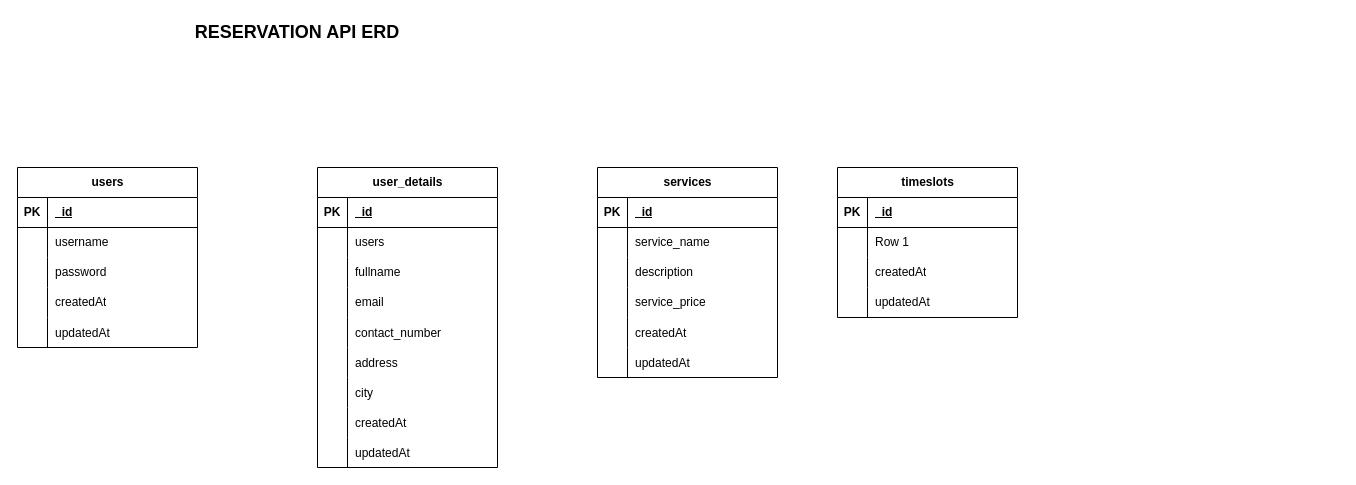
Earlier version of the draw.io diagram Reservation-API-ERD.drawio (Jay200123/Reservation-API). Source tidied: cells renumbered, new cells numbered last; positions are measured from the earlier drawing's top-left corner, leaving out a move shared by most shapes. Both pictures are drawn from the tidied source at 100%, with x=0, y=0 at pixel (17, 17).
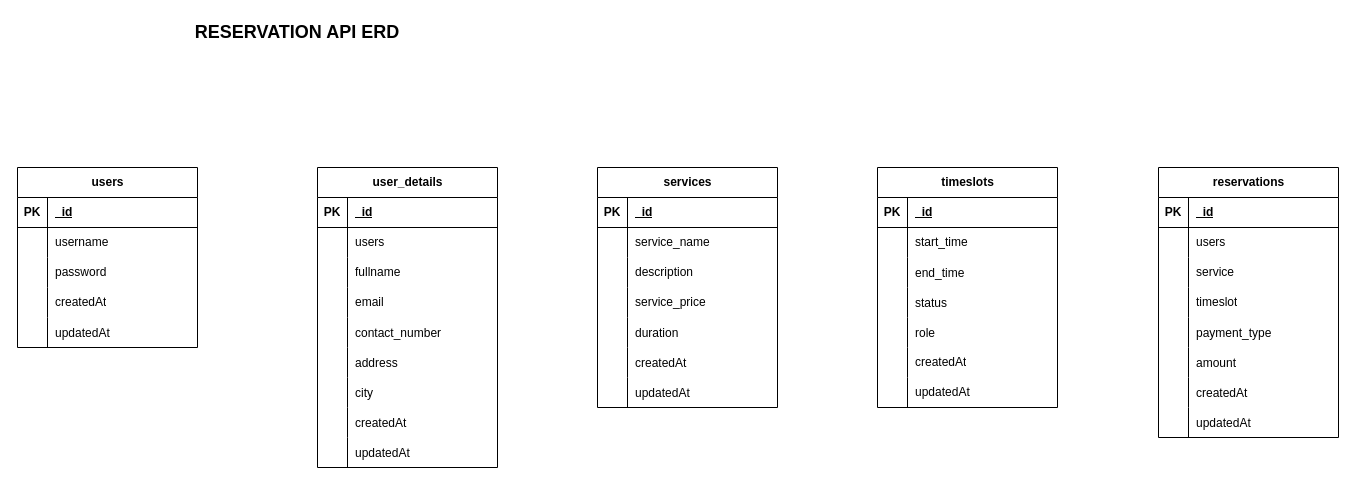
Above is the later version.

Commit message:
Changed Reservation API ERD.

The change refers to these unchanged cells:
```xml
<mxCell id="70" style="shape=tableRow;horizontal=0;startSize=0;swimlaneHead=0;swimlaneBody=0;fillColor=none;top=0;left=0;right=0;bottom=0;" parent="66" vertex="1">
  <mxGeometry y="60" width="180" height="30" as="geometry" />
</mxCell>
```

Change to the diagram source:
```diff
@@
     <mxCell id="47" value="services" style="shape=table;startSize=30;childLayout=tableLayout;rowLines=0;fontStyle=1;align=center;html=1;" parent="1" vertex="1">
-      <mxGeometry x="580" y="150" width="180" height="210" as="geometry" />
+      <mxGeometry x="580" y="150" width="180" height="240" as="geometry" />
     </mxCell>
@@
+    <mxCell id="79" style="shape=tableRow;horizontal=0;startSize=0;swimlaneHead=0;swimlaneBody=0;fillColor=none;top=0;left=0;right=0;bottom=0;" parent="47" vertex="1">
+      <mxGeometry y="150" width="180" height="30" as="geometry" />
+    </mxCell>
+    <mxCell id="80" style="shape=partialRectangle;fillColor=none;top=0;left=0;bottom=0;right=0;overflow=hidden;" parent="79" vertex="1">
+      <mxGeometry width="30" height="30" as="geometry" />
+    </mxCell>
+    <mxCell id="81" value="duration" style="shape=partialRectangle;fillColor=none;top=0;left=0;bottom=0;right=0;align=left;spacingLeft=6;overflow=hidden;" parent="79" vertex="1">
+      <mxGeometry x="30" width="150" height="30" as="geometry" />
+    </mxCell>
     <mxCell id="60" style="shape=tableRow;horizontal=0;startSize=0;swimlaneHead=0;swimlaneBody=0;fillColor=none;top=0;left=0;right=0;bottom=0;" parent="47" vertex="1">
-      <mxGeometry y="150" width="180" height="30" as="geometry" />
+      <mxGeometry y="180" width="180" height="30" as="geometry" />
     </mxCell>
@@
     <mxCell id="63" style="shape=tableRow;horizontal=0;startSize=0;swimlaneHead=0;swimlaneBody=0;fillColor=none;top=0;left=0;right=0;bottom=0;" parent="47" vertex="1">
-      <mxGeometry y="180" width="180" height="30" as="geometry" />
+      <mxGeometry y="210" width="180" height="30" as="geometry" />
     </mxCell>
@@
     <mxCell id="66" value="timeslots" style="shape=table;startSize=30;childLayout=tableLayout;rowLines=0;fontStyle=1;align=center;html=1;" parent="1" vertex="1">
-      <mxGeometry x="820" y="150" width="180" height="150" as="geometry" />
+      <mxGeometry x="860" y="150" width="180" height="240" as="geometry" />
     </mxCell>
@@
-    <mxCell id="72" value="Row 1" style="shape=partialRectangle;fillColor=none;top=0;left=0;bottom=0;right=0;align=left;spacingLeft=6;overflow=hidden;whiteSpace=wrap;html=1;" parent="70" vertex="1">
+    <mxCell id="72" value="start_time" style="shape=partialRectangle;fillColor=none;top=0;left=0;bottom=0;right=0;align=left;spacingLeft=6;overflow=hidden;whiteSpace=wrap;html=1;" parent="70" vertex="1">
       <mxGeometry x="30" width="150" height="30" as="geometry" />
     </mxCell>
+    <mxCell id="82" style="shape=tableRow;horizontal=0;startSize=0;swimlaneHead=0;swimlaneBody=0;fillColor=none;top=0;left=0;right=0;bottom=0;" parent="66" vertex="1">
+      <mxGeometry y="90" width="180" height="30" as="geometry" />
+    </mxCell>
+    <mxCell id="83" style="shape=partialRectangle;fillColor=none;top=0;left=0;bottom=0;right=0;overflow=hidden;" parent="82" vertex="1">
+      <mxGeometry width="30" height="30" as="geometry" />
+    </mxCell>
+    <mxCell id="84" value="end_time" style="shape=partialRectangle;fillColor=none;top=0;left=0;bottom=0;right=0;align=left;spacingLeft=6;overflow=hidden;" parent="82" vertex="1">
+      <mxGeometry x="30" width="150" height="30" as="geometry" />
+    </mxCell>
+    <mxCell id="85" style="shape=tableRow;horizontal=0;startSize=0;swimlaneHead=0;swimlaneBody=0;fillColor=none;top=0;left=0;right=0;bottom=0;" parent="66" vertex="1">
+      <mxGeometry y="120" width="180" height="30" as="geometry" />
+    </mxCell>
+    <mxCell id="86" style="shape=partialRectangle;fillColor=none;top=0;left=0;bottom=0;right=0;overflow=hidden;" parent="85" vertex="1">
+      <mxGeometry width="30" height="30" as="geometry" />
+    </mxCell>
+    <mxCell id="87" value="status" style="shape=partialRectangle;fillColor=none;top=0;left=0;bottom=0;right=0;align=left;spacingLeft=6;overflow=hidden;" parent="85" vertex="1">
+      <mxGeometry x="30" width="150" height="30" as="geometry" />
+    </mxCell>
+    <mxCell id="88" style="shape=tableRow;horizontal=0;startSize=0;swimlaneHead=0;swimlaneBody=0;fillColor=none;top=0;left=0;right=0;bottom=0;" parent="66" vertex="1">
+      <mxGeometry y="150" width="180" height="30" as="geometry" />
+    </mxCell>
+    <mxCell id="89" style="shape=partialRectangle;fillColor=none;top=0;left=0;bottom=0;right=0;overflow=hidden;" parent="88" vertex="1">
+      <mxGeometry width="30" height="30" as="geometry" />
+    </mxCell>
+    <mxCell id="90" value="role" style="shape=partialRectangle;fillColor=none;top=0;left=0;bottom=0;right=0;align=left;spacingLeft=6;overflow=hidden;" parent="88" vertex="1">
+      <mxGeometry x="30" width="150" height="30" as="geometry" />
+    </mxCell>
     <mxCell id="73" style="shape=tableRow;horizontal=0;startSize=0;swimlaneHead=0;swimlaneBody=0;fillColor=none;top=0;left=0;right=0;bottom=0;" parent="66" vertex="1">
-      <mxGeometry y="90" width="180" height="30" as="geometry" />
+      <mxGeometry y="180" width="180" height="30" as="geometry" />
     </mxCell>
@@
     <mxCell id="76" style="shape=tableRow;horizontal=0;startSize=0;swimlaneHead=0;swimlaneBody=0;fillColor=none;top=0;left=0;right=0;bottom=0;" parent="66" vertex="1">
-      <mxGeometry y="120" width="180" height="30" as="geometry" />
+      <mxGeometry y="210" width="180" height="30" as="geometry" />
     </mxCell>
@@
+    <mxCell id="91" value="reservations" style="shape=table;startSize=30;childLayout=tableLayout;rowLines=0;fontStyle=1;align=center;html=1;" parent="1" vertex="1">
+      <mxGeometry x="1141" y="150" width="180" height="270" as="geometry" />
+    </mxCell>
+    <mxCell id="92" style="shape=tableRow;horizontal=0;startSize=0;swimlaneHead=0;swimlaneBody=0;fillColor=none;top=0;left=0;right=0;bottom=1;" parent="91" vertex="1">
+      <mxGeometry y="30" width="180" height="30" as="geometry" />
+    </mxCell>
+    <mxCell id="93" value="PK" style="shape=partialRectangle;fillColor=none;top=0;left=0;bottom=0;right=0;fontStyle=1;overflow=hidden;whiteSpace=wrap;html=1;" parent="92" vertex="1">
+      <mxGeometry width="30" height="30" as="geometry" />
+    </mxCell>
+    <mxCell id="94" value="_id" style="shape=partialRectangle;fillColor=none;top=0;left=0;bottom=0;right=0;align=left;spacingLeft=6;fontStyle=5;overflow=hidden;whiteSpace=wrap;html=1;" parent="92" vertex="1">
+      <mxGeometry x="30" width="150" height="30" as="geometry" />
+    </mxCell>
+    <mxCell id="95" style="shape=tableRow;horizontal=0;startSize=0;swimlaneHead=0;swimlaneBody=0;fillColor=none;top=0;left=0;right=0;bottom=0;" parent="91" vertex="1">
+      <mxGeometry y="60" width="180" height="30" as="geometry" />
+    </mxCell>
+    <mxCell id="96" style="shape=partialRectangle;fillColor=none;top=0;left=0;bottom=0;right=0;overflow=hidden;whiteSpace=wrap;html=1;" parent="95" vertex="1">
+      <mxGeometry width="30" height="30" as="geometry" />
+    </mxCell>
+    <mxCell id="97" value="users" style="shape=partialRectangle;fillColor=none;top=0;left=0;bottom=0;right=0;align=left;spacingLeft=6;overflow=hidden;whiteSpace=wrap;html=1;" parent="95" vertex="1">
+      <mxGeometry x="30" width="150" height="30" as="geometry" />
+    </mxCell>
+    <mxCell id="98" style="shape=tableRow;horizontal=0;startSize=0;swimlaneHead=0;swimlaneBody=0;fillColor=none;top=0;left=0;right=0;bottom=0;" parent="91" vertex="1">
+      <mxGeometry y="90" width="180" height="30" as="geometry" />
+    </mxCell>
+    <mxCell id="99" style="shape=partialRectangle;fillColor=none;top=0;left=0;bottom=0;right=0;overflow=hidden;whiteSpace=wrap;html=1;" parent="98" vertex="1">
+      <mxGeometry width="30" height="30" as="geometry" />
+    </mxCell>
+    <mxCell id="100" value="service" style="shape=partialRectangle;fillColor=none;top=0;left=0;bottom=0;right=0;align=left;spacingLeft=6;overflow=hidden;whiteSpace=wrap;html=1;" parent="98" vertex="1">
+      <mxGeometry x="30" width="150" height="30" as="geometry" />
+    </mxCell>
+    <mxCell id="101" style="shape=tableRow;horizontal=0;startSize=0;swimlaneHead=0;swimlaneBody=0;fillColor=none;top=0;left=0;right=0;bottom=0;" parent="91" vertex="1">
+      <mxGeometry y="120" width="180" height="30" as="geometry" />
+    </mxCell>
+    <mxCell id="102" style="shape=partialRectangle;fillColor=none;top=0;left=0;bottom=0;right=0;overflow=hidden;whiteSpace=wrap;html=1;" parent="101" vertex="1">
+      <mxGeometry width="30" height="30" as="geometry" />
+    </mxCell>
+    <mxCell id="103" value="timeslot" style="shape=partialRectangle;fillColor=none;top=0;left=0;bottom=0;right=0;align=left;spacingLeft=6;overflow=hidden;whiteSpace=wrap;html=1;" parent="101" vertex="1">
+      <mxGeometry x="30" width="150" height="30" as="geometry" />
+    </mxCell>
+    <mxCell id="104" style="shape=tableRow;horizontal=0;startSize=0;swimlaneHead=0;swimlaneBody=0;fillColor=none;top=0;left=0;right=0;bottom=0;" parent="91" vertex="1">
+      <mxGeometry y="150" width="180" height="30" as="geometry" />
+    </mxCell>
+    <mxCell id="105" style="shape=partialRectangle;fillColor=none;top=0;left=0;bottom=0;right=0;overflow=hidden;" parent="104" vertex="1">
+      <mxGeometry width="30" height="30" as="geometry" />
+    </mxCell>
+    <mxCell id="106" value="payment_type" style="shape=partialRectangle;fillColor=none;top=0;left=0;bottom=0;right=0;align=left;spacingLeft=6;overflow=hidden;" parent="104" vertex="1">
+      <mxGeometry x="30" width="150" height="30" as="geometry" />
+    </mxCell>
+    <mxCell id="107" style="shape=tableRow;horizontal=0;startSize=0;swimlaneHead=0;swimlaneBody=0;fillColor=none;top=0;left=0;right=0;bottom=0;" parent="91" vertex="1">
+      <mxGeometry y="180" width="180" height="30" as="geometry" />
+    </mxCell>
+    <mxCell id="108" style="shape=partialRectangle;fillColor=none;top=0;left=0;bottom=0;right=0;overflow=hidden;" parent="107" vertex="1">
+      <mxGeometry width="30" height="30" as="geometry" />
+    </mxCell>
+    <mxCell id="109" value="amount" style="shape=partialRectangle;fillColor=none;top=0;left=0;bottom=0;right=0;align=left;spacingLeft=6;overflow=hidden;" parent="107" vertex="1">
+      <mxGeometry x="30" width="150" height="30" as="geometry" />
+    </mxCell>
+    <mxCell id="110" style="shape=tableRow;horizontal=0;startSize=0;swimlaneHead=0;swimlaneBody=0;fillColor=none;top=0;left=0;right=0;bottom=0;" parent="91" vertex="1">
+      <mxGeometry y="210" width="180" height="30" as="geometry" />
+    </mxCell>
+    <mxCell id="111" style="shape=partialRectangle;fillColor=none;top=0;left=0;bottom=0;right=0;overflow=hidden;" parent="110" vertex="1">
+      <mxGeometry width="30" height="30" as="geometry" />
+    </mxCell>
+    <mxCell id="112" value="createdAt" style="shape=partialRectangle;fillColor=none;top=0;left=0;bottom=0;right=0;align=left;spacingLeft=6;overflow=hidden;" parent="110" vertex="1">
+      <mxGeometry x="30" width="150" height="30" as="geometry" />
+    </mxCell>
+    <mxCell id="113" style="shape=tableRow;horizontal=0;startSize=0;swimlaneHead=0;swimlaneBody=0;fillColor=none;top=0;left=0;right=0;bottom=0;" parent="91" vertex="1">
+      <mxGeometry y="240" width="180" height="30" as="geometry" />
+    </mxCell>
+    <mxCell id="114" style="shape=partialRectangle;fillColor=none;top=0;left=0;bottom=0;right=0;overflow=hidden;" parent="113" vertex="1">
+      <mxGeometry width="30" height="30" as="geometry" />
+    </mxCell>
+    <mxCell id="115" value="updatedAt" style="shape=partialRectangle;fillColor=none;top=0;left=0;bottom=0;right=0;align=left;spacingLeft=6;overflow=hidden;" parent="113" vertex="1">
+      <mxGeometry x="30" width="150" height="30" as="geometry" />
+    </mxCell>
```
